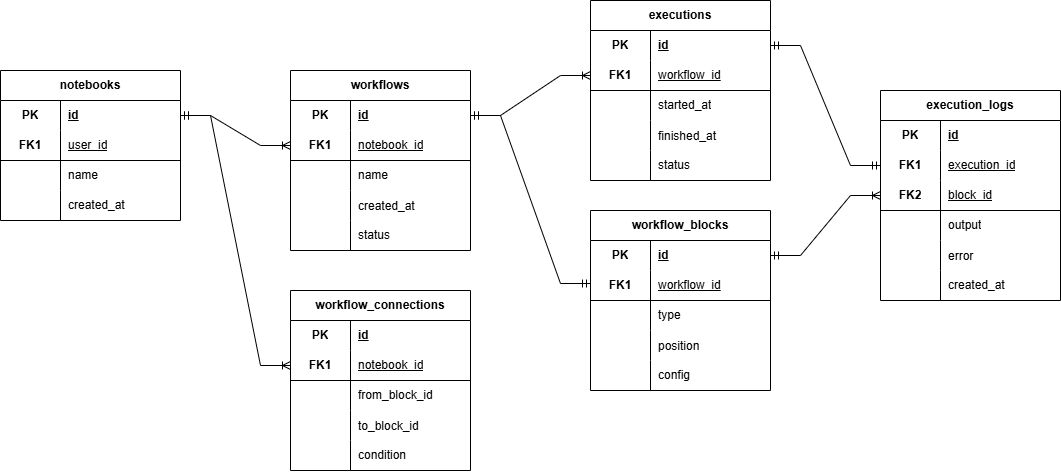
Above: docs/ER-диаграмма_workflow.png in Michail19/FlowAct (draw.io), before the change. Source tidied: cells renumbered, new cells last; positions are measured from the earlier drawing's top-left corner, leaving out a move shared by most shapes.
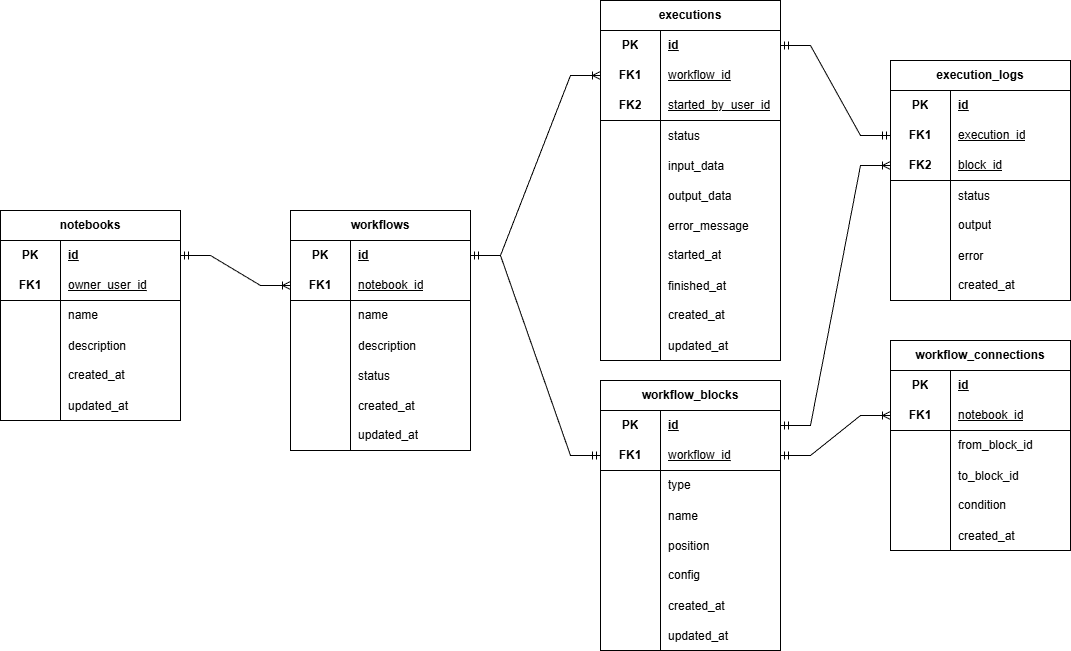
The same diagram one commit later.

The edit, as a diff of the source:
```diff
@@ -5,3 +5,3 @@
     <mxCell id="2" value="notebooks" style="shape=table;startSize=30;rowLines=0;fontStyle=1;align=center;html=1;whiteSpace=wrap;" parent="1" vertex="1">
-      <mxGeometry y="70" width="180" height="150" as="geometry" />
+      <mxGeometry x="-10" y="210" width="180" height="210" as="geometry" />
     </mxCell>
@@ -22,3 +22,3 @@
     </mxCell>
-    <mxCell id="8" value="&lt;span style=&quot;font-weight: 400;&quot;&gt;user_id&lt;/span&gt;" style="shape=partialRectangle;fillColor=none;top=0;left=0;bottom=0;right=0;align=left;spacingLeft=6;fontStyle=5;overflow=hidden;html=1;whiteSpace=wrap;" parent="6" vertex="1">
+    <mxCell id="8" value="&lt;span style=&quot;font-weight: 400;&quot;&gt;owner_user_id&lt;/span&gt;" style="shape=partialRectangle;fillColor=none;top=0;left=0;bottom=0;right=0;align=left;spacingLeft=6;fontStyle=5;overflow=hidden;html=1;whiteSpace=wrap;" parent="6" vertex="1">
       <mxGeometry x="60" width="120" height="30" as="geometry" />
@@ -34,4 +34,13 @@
     </mxCell>
+    <mxCell id="104" style="shape=tableRow;horizontal=0;startSize=0;swimlaneHead=0;swimlaneBody=0;fillColor=none;top=0;left=0;right=0;bottom=0;" parent="2" vertex="1">
+      <mxGeometry y="120" width="180" height="30" as="geometry" />
+    </mxCell>
+    <mxCell id="105" style="shape=partialRectangle;fillColor=none;top=0;left=0;bottom=0;right=0;overflow=hidden;" parent="104" vertex="1">
+      <mxGeometry width="60" height="30" as="geometry" />
+    </mxCell>
+    <mxCell id="106" value="description" style="shape=partialRectangle;fillColor=none;top=0;left=0;bottom=0;right=0;align=left;spacingLeft=6;overflow=hidden;" parent="104" vertex="1">
+      <mxGeometry x="60" width="120" height="30" as="geometry" />
+    </mxCell>
     <mxCell id="12" style="shape=tableRow;horizontal=0;startSize=0;swimlaneHead=0;swimlaneBody=0;fillColor=none;top=0;left=0;right=0;bottom=0;html=1;" parent="2" vertex="1">
-      <mxGeometry y="120" width="180" height="30" as="geometry" />
+      <mxGeometry y="150" width="180" height="30" as="geometry" />
     </mxCell>
@@ -43,4 +52,13 @@
     </mxCell>
+    <mxCell id="107" style="shape=tableRow;horizontal=0;startSize=0;swimlaneHead=0;swimlaneBody=0;fillColor=none;top=0;left=0;right=0;bottom=0;" parent="2" vertex="1">
+      <mxGeometry y="180" width="180" height="30" as="geometry" />
+    </mxCell>
+    <mxCell id="108" style="shape=partialRectangle;fillColor=none;top=0;left=0;bottom=0;right=0;overflow=hidden;" parent="107" vertex="1">
+      <mxGeometry width="60" height="30" as="geometry" />
+    </mxCell>
+    <mxCell id="109" value="updated_at" style="shape=partialRectangle;fillColor=none;top=0;left=0;bottom=0;right=0;align=left;spacingLeft=6;overflow=hidden;" parent="107" vertex="1">
+      <mxGeometry x="60" width="120" height="30" as="geometry" />
+    </mxCell>
     <mxCell id="15" value="workflows" style="shape=table;startSize=30;rowLines=0;fontStyle=1;align=center;html=1;whiteSpace=wrap;" parent="1" vertex="1">
-      <mxGeometry x="290" y="70" width="180" height="180" as="geometry" />
+      <mxGeometry x="280" y="210" width="180" height="240" as="geometry" />
     </mxCell>
@@ -73,4 +91,22 @@
     </mxCell>
+    <mxCell id="110" style="shape=tableRow;horizontal=0;startSize=0;swimlaneHead=0;swimlaneBody=0;fillColor=none;top=0;left=0;right=0;bottom=0;" parent="15" vertex="1">
+      <mxGeometry y="120" width="180" height="30" as="geometry" />
+    </mxCell>
+    <mxCell id="111" style="shape=partialRectangle;fillColor=none;top=0;left=0;bottom=0;right=0;overflow=hidden;" parent="110" vertex="1">
+      <mxGeometry width="60" height="30" as="geometry" />
+    </mxCell>
+    <mxCell id="112" value="description" style="shape=partialRectangle;fillColor=none;top=0;left=0;bottom=0;right=0;align=left;spacingLeft=6;overflow=hidden;" parent="110" vertex="1">
+      <mxGeometry x="60" width="120" height="30" as="geometry" />
+    </mxCell>
+    <mxCell id="113" style="shape=tableRow;horizontal=0;startSize=0;swimlaneHead=0;swimlaneBody=0;fillColor=none;top=0;left=0;right=0;bottom=0;" parent="15" vertex="1">
+      <mxGeometry y="150" width="180" height="30" as="geometry" />
+    </mxCell>
+    <mxCell id="114" style="shape=partialRectangle;fillColor=none;top=0;left=0;bottom=0;right=0;overflow=hidden;" parent="113" vertex="1">
+      <mxGeometry width="60" height="30" as="geometry" />
+    </mxCell>
+    <mxCell id="115" value="status" style="shape=partialRectangle;fillColor=none;top=0;left=0;bottom=0;right=0;align=left;spacingLeft=6;overflow=hidden;" parent="113" vertex="1">
+      <mxGeometry x="60" width="120" height="30" as="geometry" />
+    </mxCell>
     <mxCell id="25" style="shape=tableRow;horizontal=0;startSize=0;swimlaneHead=0;swimlaneBody=0;fillColor=none;top=0;left=0;right=0;bottom=0;" parent="15" vertex="1">
-      <mxGeometry y="120" width="180" height="30" as="geometry" />
+      <mxGeometry y="180" width="180" height="30" as="geometry" />
     </mxCell>
@@ -83,3 +119,3 @@
     <mxCell id="28" style="shape=tableRow;horizontal=0;startSize=0;swimlaneHead=0;swimlaneBody=0;fillColor=none;top=0;left=0;right=0;bottom=0;html=1;" parent="15" vertex="1">
-      <mxGeometry y="150" width="180" height="30" as="geometry" />
+      <mxGeometry y="210" width="180" height="30" as="geometry" />
     </mxCell>
@@ -88,3 +124,3 @@
     </mxCell>
-    <mxCell id="30" value="status" style="shape=partialRectangle;fillColor=none;top=0;left=0;bottom=0;right=0;align=left;spacingLeft=6;overflow=hidden;html=1;whiteSpace=wrap;" parent="28" vertex="1">
+    <mxCell id="30" value="updated_at" style="shape=partialRectangle;fillColor=none;top=0;left=0;bottom=0;right=0;align=left;spacingLeft=6;overflow=hidden;html=1;whiteSpace=wrap;" parent="28" vertex="1">
       <mxGeometry x="60" width="120" height="30" as="geometry" />
@@ -92,3 +128,3 @@
     <mxCell id="31" value="executions" style="shape=table;startSize=30;rowLines=0;fontStyle=1;align=center;html=1;whiteSpace=wrap;" parent="1" vertex="1">
-      <mxGeometry x="590" width="180" height="180" as="geometry" />
+      <mxGeometry x="590" width="180" height="360" as="geometry" />
     </mxCell>
@@ -103,13 +139,58 @@
     </mxCell>
+    <mxCell id="116" style="shape=tableRow;horizontal=0;startSize=0;swimlaneHead=0;swimlaneBody=0;fillColor=none;points=[[0,0.5],[1,0.5]];portConstraint=eastwest;top=0;left=0;right=0;bottom=0;" parent="31" vertex="1">
+      <mxGeometry y="60" width="180" height="30" as="geometry" />
+    </mxCell>
+    <mxCell id="117" value="&lt;b&gt;FK1&lt;/b&gt;" style="shape=partialRectangle;fillColor=none;top=0;left=0;bottom=0;right=0;fontStyle=0;overflow=hidden;whiteSpace=wrap;html=1;" parent="116" vertex="1">
+      <mxGeometry width="60" height="30" as="geometry" />
+    </mxCell>
+    <mxCell id="118" value="&lt;span style=&quot;text-decoration-line: underline;&quot;&gt;workflow_id&lt;/span&gt;" style="shape=partialRectangle;fillColor=none;top=0;left=0;bottom=0;right=0;align=left;spacingLeft=6;fontStyle=0;overflow=hidden;whiteSpace=wrap;html=1;" parent="116" vertex="1">
+      <mxGeometry x="60" width="120" height="30" as="geometry" />
+    </mxCell>
     <mxCell id="35" style="shape=tableRow;horizontal=0;startSize=0;swimlaneHead=0;swimlaneBody=0;fillColor=none;points=[[0,0.5],[1,0.5]];portConstraint=eastwest;top=0;left=0;right=0;bottom=1;html=1;" parent="31" vertex="1">
-      <mxGeometry y="60" width="180" height="30" as="geometry" />
+      <mxGeometry y="90" width="180" height="30" as="geometry" />
     </mxCell>
-    <mxCell id="36" value="FK1" style="shape=partialRectangle;fillColor=none;top=0;left=0;bottom=0;right=0;fontStyle=1;overflow=hidden;html=1;whiteSpace=wrap;" parent="35" vertex="1">
+    <mxCell id="36" value="FK2" style="shape=partialRectangle;fillColor=none;top=0;left=0;bottom=0;right=0;fontStyle=1;overflow=hidden;html=1;whiteSpace=wrap;" parent="35" vertex="1">
       <mxGeometry width="60" height="30" as="geometry" />
     </mxCell>
-    <mxCell id="37" value="&lt;span style=&quot;font-weight: 400;&quot;&gt;workflow_id&lt;/span&gt;" style="shape=partialRectangle;fillColor=none;top=0;left=0;bottom=0;right=0;align=left;spacingLeft=6;fontStyle=5;overflow=hidden;html=1;whiteSpace=wrap;" parent="35" vertex="1">
+    <mxCell id="37" value="&lt;span style=&quot;font-weight: 400;&quot;&gt;started_by_user_id&lt;/span&gt;" style="shape=partialRectangle;fillColor=none;top=0;left=0;bottom=0;right=0;align=left;spacingLeft=6;fontStyle=5;overflow=hidden;html=1;whiteSpace=wrap;" parent="35" vertex="1">
       <mxGeometry x="60" width="120" height="30" as="geometry" />
     </mxCell>
+    <mxCell id="119" style="shape=tableRow;horizontal=0;startSize=0;swimlaneHead=0;swimlaneBody=0;fillColor=none;top=0;left=0;right=0;bottom=0;" parent="31" vertex="1">
+      <mxGeometry y="120" width="180" height="30" as="geometry" />
+    </mxCell>
+    <mxCell id="120" style="shape=partialRectangle;fillColor=none;top=0;left=0;bottom=0;right=0;overflow=hidden;" parent="119" vertex="1">
+      <mxGeometry width="60" height="30" as="geometry" />
+    </mxCell>
+    <mxCell id="121" value="status" style="shape=partialRectangle;fillColor=none;top=0;left=0;bottom=0;right=0;align=left;spacingLeft=6;overflow=hidden;" parent="119" vertex="1">
+      <mxGeometry x="60" width="120" height="30" as="geometry" />
+    </mxCell>
+    <mxCell id="122" style="shape=tableRow;horizontal=0;startSize=0;swimlaneHead=0;swimlaneBody=0;fillColor=none;top=0;left=0;right=0;bottom=0;" parent="31" vertex="1">
+      <mxGeometry y="150" width="180" height="30" as="geometry" />
+    </mxCell>
+    <mxCell id="123" style="shape=partialRectangle;fillColor=none;top=0;left=0;bottom=0;right=0;overflow=hidden;" parent="122" vertex="1">
+      <mxGeometry width="60" height="30" as="geometry" />
+    </mxCell>
+    <mxCell id="124" value="input_data" style="shape=partialRectangle;fillColor=none;top=0;left=0;bottom=0;right=0;align=left;spacingLeft=6;overflow=hidden;" parent="122" vertex="1">
+      <mxGeometry x="60" width="120" height="30" as="geometry" />
+    </mxCell>
+    <mxCell id="125" style="shape=tableRow;horizontal=0;startSize=0;swimlaneHead=0;swimlaneBody=0;fillColor=none;top=0;left=0;right=0;bottom=0;" parent="31" vertex="1">
+      <mxGeometry y="180" width="180" height="30" as="geometry" />
+    </mxCell>
+    <mxCell id="126" style="shape=partialRectangle;fillColor=none;top=0;left=0;bottom=0;right=0;overflow=hidden;" parent="125" vertex="1">
+      <mxGeometry width="60" height="30" as="geometry" />
+    </mxCell>
+    <mxCell id="127" value="output_data" style="shape=partialRectangle;fillColor=none;top=0;left=0;bottom=0;right=0;align=left;spacingLeft=6;overflow=hidden;" parent="125" vertex="1">
+      <mxGeometry x="60" width="120" height="30" as="geometry" />
+    </mxCell>
+    <mxCell id="128" style="shape=tableRow;horizontal=0;startSize=0;swimlaneHead=0;swimlaneBody=0;fillColor=none;top=0;left=0;right=0;bottom=0;" parent="31" vertex="1">
+      <mxGeometry y="210" width="180" height="30" as="geometry" />
+    </mxCell>
+    <mxCell id="129" style="shape=partialRectangle;fillColor=none;top=0;left=0;bottom=0;right=0;overflow=hidden;" parent="128" vertex="1">
+      <mxGeometry width="60" height="30" as="geometry" />
+    </mxCell>
+    <mxCell id="130" value="error_message" style="shape=partialRectangle;fillColor=none;top=0;left=0;bottom=0;right=0;align=left;spacingLeft=6;overflow=hidden;" parent="128" vertex="1">
+      <mxGeometry x="60" width="120" height="30" as="geometry" />
+    </mxCell>
     <mxCell id="38" style="shape=tableRow;horizontal=0;startSize=0;swimlaneHead=0;swimlaneBody=0;fillColor=none;top=0;left=0;right=0;bottom=0;html=1;" parent="31" vertex="1">
-      <mxGeometry y="90" width="180" height="30" as="geometry" />
+      <mxGeometry y="240" width="180" height="30" as="geometry" />
     </mxCell>
@@ -122,3 +203,3 @@
     <mxCell id="41" style="shape=tableRow;horizontal=0;startSize=0;swimlaneHead=0;swimlaneBody=0;fillColor=none;top=0;left=0;right=0;bottom=0;" parent="31" vertex="1">
-      <mxGeometry y="120" width="180" height="30" as="geometry" />
+      <mxGeometry y="270" width="180" height="30" as="geometry" />
     </mxCell>
@@ -131,3 +212,3 @@
     <mxCell id="44" style="shape=tableRow;horizontal=0;startSize=0;swimlaneHead=0;swimlaneBody=0;fillColor=none;top=0;left=0;right=0;bottom=0;html=1;" parent="31" vertex="1">
-      <mxGeometry y="150" width="180" height="30" as="geometry" />
+      <mxGeometry y="300" width="180" height="30" as="geometry" />
     </mxCell>
@@ -136,7 +217,16 @@
     </mxCell>
-    <mxCell id="46" value="status" style="shape=partialRectangle;fillColor=none;top=0;left=0;bottom=0;right=0;align=left;spacingLeft=6;overflow=hidden;html=1;whiteSpace=wrap;" parent="44" vertex="1">
+    <mxCell id="46" value="created_at" style="shape=partialRectangle;fillColor=none;top=0;left=0;bottom=0;right=0;align=left;spacingLeft=6;overflow=hidden;html=1;whiteSpace=wrap;" parent="44" vertex="1">
       <mxGeometry x="60" width="120" height="30" as="geometry" />
     </mxCell>
+    <mxCell id="131" style="shape=tableRow;horizontal=0;startSize=0;swimlaneHead=0;swimlaneBody=0;fillColor=none;top=0;left=0;right=0;bottom=0;" parent="31" vertex="1">
+      <mxGeometry y="330" width="180" height="30" as="geometry" />
+    </mxCell>
+    <mxCell id="132" style="shape=partialRectangle;fillColor=none;top=0;left=0;bottom=0;right=0;overflow=hidden;" parent="131" vertex="1">
+      <mxGeometry width="60" height="30" as="geometry" />
+    </mxCell>
+    <mxCell id="133" value="updated_at" style="shape=partialRectangle;fillColor=none;top=0;left=0;bottom=0;right=0;align=left;spacingLeft=6;overflow=hidden;" parent="131" vertex="1">
+      <mxGeometry x="60" width="120" height="30" as="geometry" />
+    </mxCell>
     <mxCell id="47" value="execution_logs" style="shape=table;startSize=30;rowLines=0;fontStyle=1;align=center;html=1;whiteSpace=wrap;" parent="1" vertex="1">
-      <mxGeometry x="880" y="90" width="180" height="210" as="geometry" />
+      <mxGeometry x="880" y="60" width="180" height="240" as="geometry" />
     </mxCell>
@@ -169,4 +259,13 @@
     </mxCell>
+    <mxCell id="134" style="shape=tableRow;horizontal=0;startSize=0;swimlaneHead=0;swimlaneBody=0;fillColor=none;top=0;left=0;right=0;bottom=0;" parent="47" vertex="1">
+      <mxGeometry y="120" width="180" height="30" as="geometry" />
+    </mxCell>
+    <mxCell id="135" style="shape=partialRectangle;fillColor=none;top=0;left=0;bottom=0;right=0;overflow=hidden;" parent="134" vertex="1">
+      <mxGeometry width="60" height="30" as="geometry" />
+    </mxCell>
+    <mxCell id="136" value="status" style="shape=partialRectangle;fillColor=none;top=0;left=0;bottom=0;right=0;align=left;spacingLeft=6;overflow=hidden;" parent="134" vertex="1">
+      <mxGeometry x="60" width="120" height="30" as="geometry" />
+    </mxCell>
     <mxCell id="57" style="shape=tableRow;horizontal=0;startSize=0;swimlaneHead=0;swimlaneBody=0;fillColor=none;top=0;left=0;right=0;bottom=0;html=1;" parent="47" vertex="1">
-      <mxGeometry y="120" width="180" height="30" as="geometry" />
+      <mxGeometry y="150" width="180" height="30" as="geometry" />
     </mxCell>
@@ -179,3 +278,3 @@
     <mxCell id="60" style="shape=tableRow;horizontal=0;startSize=0;swimlaneHead=0;swimlaneBody=0;fillColor=none;top=0;left=0;right=0;bottom=0;" parent="47" vertex="1">
-      <mxGeometry y="150" width="180" height="30" as="geometry" />
+      <mxGeometry y="180" width="180" height="30" as="geometry" />
     </mxCell>
@@ -188,3 +287,3 @@
     <mxCell id="63" style="shape=tableRow;horizontal=0;startSize=0;swimlaneHead=0;swimlaneBody=0;fillColor=none;top=0;left=0;right=0;bottom=0;html=1;" parent="47" vertex="1">
-      <mxGeometry y="180" width="180" height="30" as="geometry" />
+      <mxGeometry y="210" width="180" height="30" as="geometry" />
     </mxCell>
@@ -197,3 +296,3 @@
     <mxCell id="66" value="workflow_blocks" style="shape=table;startSize=30;rowLines=0;fontStyle=1;align=center;html=1;whiteSpace=wrap;" parent="1" vertex="1">
-      <mxGeometry x="590" y="210" width="180" height="180" as="geometry" />
+      <mxGeometry x="590" y="380" width="180" height="270" as="geometry" />
     </mxCell>
@@ -226,4 +325,13 @@
     </mxCell>
+    <mxCell id="137" style="shape=tableRow;horizontal=0;startSize=0;swimlaneHead=0;swimlaneBody=0;fillColor=none;top=0;left=0;right=0;bottom=0;" parent="66" vertex="1">
+      <mxGeometry y="120" width="180" height="30" as="geometry" />
+    </mxCell>
+    <mxCell id="138" style="shape=partialRectangle;fillColor=none;top=0;left=0;bottom=0;right=0;overflow=hidden;" parent="137" vertex="1">
+      <mxGeometry width="60" height="30" as="geometry" />
+    </mxCell>
+    <mxCell id="139" value="name" style="shape=partialRectangle;fillColor=none;top=0;left=0;bottom=0;right=0;align=left;spacingLeft=6;overflow=hidden;" parent="137" vertex="1">
+      <mxGeometry x="60" width="120" height="30" as="geometry" />
+    </mxCell>
     <mxCell id="76" style="shape=tableRow;horizontal=0;startSize=0;swimlaneHead=0;swimlaneBody=0;fillColor=none;top=0;left=0;right=0;bottom=0;" parent="66" vertex="1">
-      <mxGeometry y="120" width="180" height="30" as="geometry" />
+      <mxGeometry y="150" width="180" height="30" as="geometry" />
     </mxCell>
@@ -236,3 +344,3 @@
     <mxCell id="79" style="shape=tableRow;horizontal=0;startSize=0;swimlaneHead=0;swimlaneBody=0;fillColor=none;top=0;left=0;right=0;bottom=0;html=1;" parent="66" vertex="1">
-      <mxGeometry y="150" width="180" height="30" as="geometry" />
+      <mxGeometry y="180" width="180" height="30" as="geometry" />
     </mxCell>
@@ -244,4 +352,22 @@
     </mxCell>
+    <mxCell id="140" style="shape=tableRow;horizontal=0;startSize=0;swimlaneHead=0;swimlaneBody=0;fillColor=none;top=0;left=0;right=0;bottom=0;" parent="66" vertex="1">
+      <mxGeometry y="210" width="180" height="30" as="geometry" />
+    </mxCell>
+    <mxCell id="141" style="shape=partialRectangle;fillColor=none;top=0;left=0;bottom=0;right=0;overflow=hidden;" parent="140" vertex="1">
+      <mxGeometry width="60" height="30" as="geometry" />
+    </mxCell>
+    <mxCell id="142" value="created_at" style="shape=partialRectangle;fillColor=none;top=0;left=0;bottom=0;right=0;align=left;spacingLeft=6;overflow=hidden;" parent="140" vertex="1">
+      <mxGeometry x="60" width="120" height="30" as="geometry" />
+    </mxCell>
+    <mxCell id="143" style="shape=tableRow;horizontal=0;startSize=0;swimlaneHead=0;swimlaneBody=0;fillColor=none;top=0;left=0;right=0;bottom=0;" parent="66" vertex="1">
+      <mxGeometry y="240" width="180" height="30" as="geometry" />
+    </mxCell>
+    <mxCell id="144" style="shape=partialRectangle;fillColor=none;top=0;left=0;bottom=0;right=0;overflow=hidden;" parent="143" vertex="1">
+      <mxGeometry width="60" height="30" as="geometry" />
+    </mxCell>
+    <mxCell id="145" value="updated_at" style="shape=partialRectangle;fillColor=none;top=0;left=0;bottom=0;right=0;align=left;spacingLeft=6;overflow=hidden;" parent="143" vertex="1">
+      <mxGeometry x="60" width="120" height="30" as="geometry" />
+    </mxCell>
     <mxCell id="82" value="workflow_connections" style="shape=table;startSize=30;rowLines=0;fontStyle=1;align=center;html=1;whiteSpace=wrap;" parent="1" vertex="1">
-      <mxGeometry x="290" y="290" width="180" height="180" as="geometry" />
+      <mxGeometry x="880" y="340" width="180" height="210" as="geometry" />
     </mxCell>
@@ -292,6 +418,13 @@
     </mxCell>
+    <mxCell id="146" style="shape=tableRow;horizontal=0;startSize=0;swimlaneHead=0;swimlaneBody=0;fillColor=none;top=0;left=0;right=0;bottom=0;" parent="82" vertex="1">
+      <mxGeometry y="180" width="180" height="30" as="geometry" />
+    </mxCell>
+    <mxCell id="147" style="shape=partialRectangle;fillColor=none;top=0;left=0;bottom=0;right=0;overflow=hidden;" parent="146" vertex="1">
+      <mxGeometry width="60" height="30" as="geometry" />
+    </mxCell>
+    <mxCell id="148" value="created_at" style="shape=partialRectangle;fillColor=none;top=0;left=0;bottom=0;right=0;align=left;spacingLeft=6;overflow=hidden;" parent="146" vertex="1">
+      <mxGeometry x="60" width="120" height="30" as="geometry" />
+    </mxCell>
-    <mxCell id="98" style="edgeStyle=entityRelationEdgeStyle;fontSize=12;html=1;endArrow=ERmandOne;startArrow=ERmandOne;rounded=0;exitX=1;exitY=0.5;exitDx=0;exitDy=0;entryX=0;entryY=0.5;entryDx=0;entryDy=0;" parent="1" edge="1" source="16">
-      <mxGeometry relative="1" as="geometry">
-        <mxPoint x="590" y="283" as="targetPoint" />
-      </mxGeometry>
+    <mxCell id="98" style="edgeStyle=entityRelationEdgeStyle;fontSize=12;html=1;endArrow=ERmandOne;startArrow=ERmandOne;rounded=0;exitX=1;exitY=0.5;exitDx=0;exitDy=0;entryX=0;entryY=0.5;entryDx=0;entryDy=0;" parent="1" edge="1" source="16" target="70">
+      <mxGeometry relative="1" as="geometry" />
     </mxCell>
@@ -300,3 +433,3 @@
     </mxCell>
-    <mxCell id="100" style="edgeStyle=entityRelationEdgeStyle;fontSize=12;html=1;endArrow=ERoneToMany;startArrow=ERmandOne;rounded=0;entryX=0;entryY=0.5;entryDx=0;entryDy=0;exitX=1;exitY=0.5;exitDx=0;exitDy=0;" parent="1" edge="1" source="16" target="35">
+    <mxCell id="100" style="edgeStyle=entityRelationEdgeStyle;fontSize=12;html=1;endArrow=ERoneToMany;startArrow=ERmandOne;rounded=0;entryX=0;entryY=0.5;entryDx=0;entryDy=0;exitX=1;exitY=0.5;exitDx=0;exitDy=0;" parent="1" edge="1" source="16" target="116">
       <mxGeometry relative="1" as="geometry" />
@@ -306,3 +439,3 @@
     </mxCell>
-    <mxCell id="102" style="edgeStyle=entityRelationEdgeStyle;fontSize=12;html=1;endArrow=ERoneToMany;startArrow=ERmandOne;rounded=0;entryX=0;entryY=0.5;entryDx=0;entryDy=0;exitX=1;exitY=0.5;exitDx=0;exitDy=0;" parent="1" edge="1" source="3" target="86">
+    <mxCell id="102" style="edgeStyle=entityRelationEdgeStyle;fontSize=12;html=1;endArrow=ERoneToMany;startArrow=ERmandOne;rounded=0;entryX=0;entryY=0.5;entryDx=0;entryDy=0;exitX=1;exitY=0.5;exitDx=0;exitDy=0;" parent="1" edge="1" source="70" target="86">
       <mxGeometry relative="1" as="geometry" />
```
